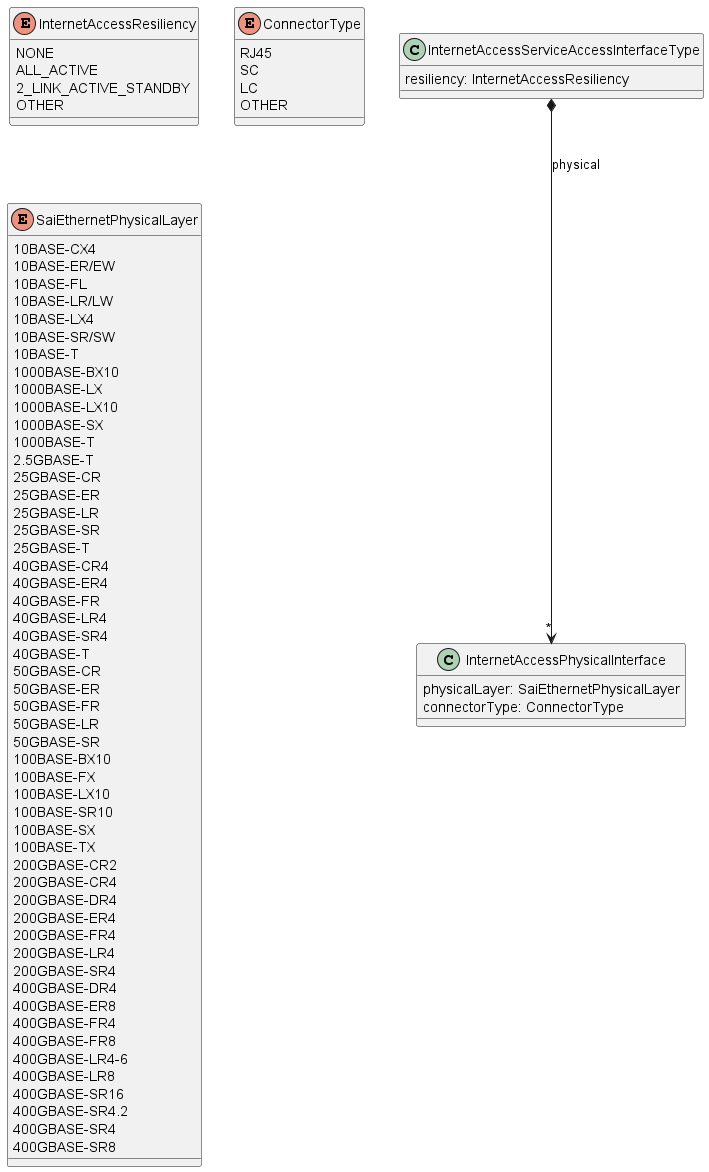
Above: documentation/productSchema/ip/internetAccess/MEF 139.1 resources/media/02SAI.png in MEF-GIT/MEF-LSO-Sonata-SDK (PlantUML), before the change.
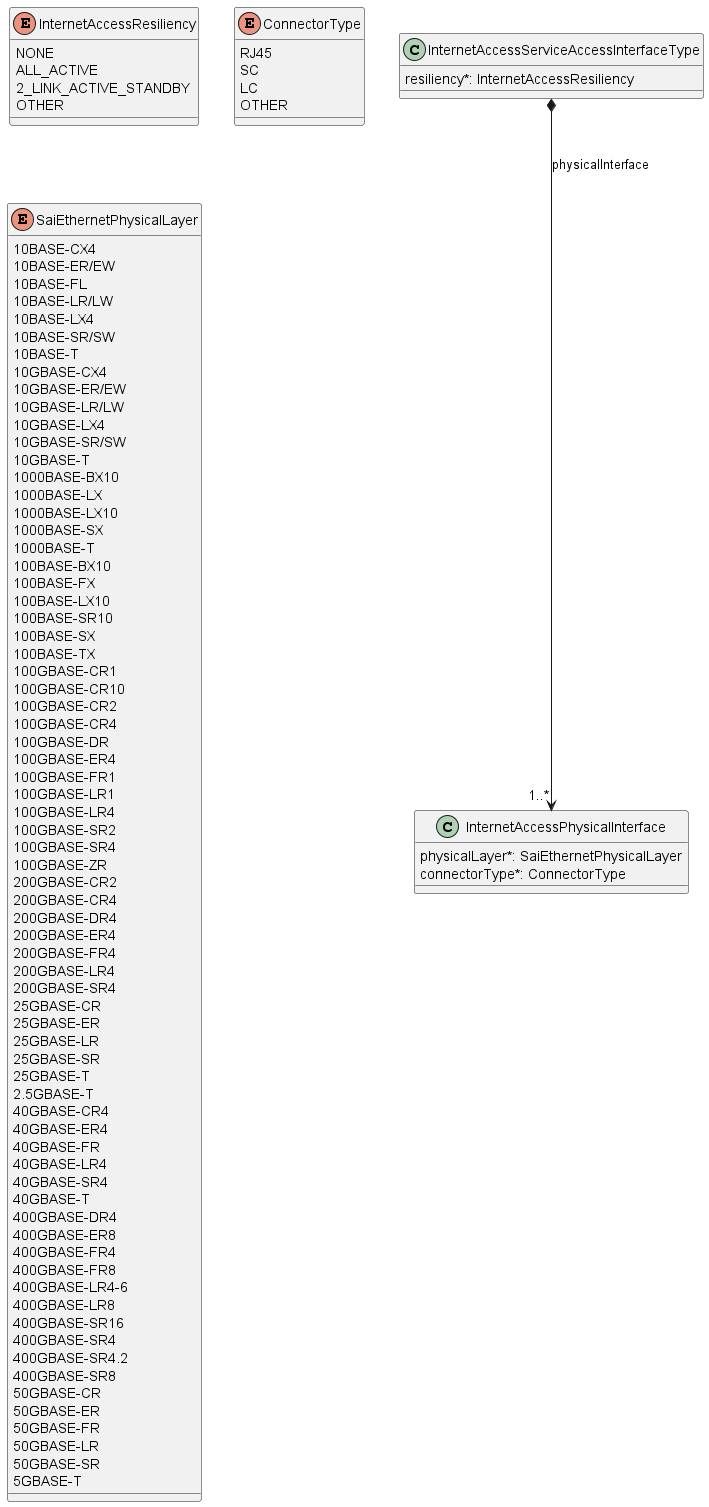
The same diagram one commit later.

What changed in the source:
```diff
@@ -2,15 +2,14 @@
 
 class InternetAccessServiceAccessInterfaceType {
 
-    resiliency: InternetAccessResiliency
+    resiliency*: InternetAccessResiliency
 }
-
-InternetAccessServiceAccessInterfaceType *-->"*" InternetAccessPhysicalInterface : physical
+InternetAccessServiceAccessInterfaceType *-->"1..*" InternetAccessPhysicalInterface : physicalInterface
 
 class InternetAccessPhysicalInterface {
 
-    physicalLayer: SaiEthernetPhysicalLayer
-    connectorType: ConnectorType
+    physicalLayer*: SaiEthernetPhysicalLayer
+    connectorType*: ConnectorType
 }
 
 
@@ -38,34 +37,35 @@
     10BASE-LX4
     10BASE-SR/SW
     10BASE-T
+    10GBASE-CX4
+    10GBASE-ER/EW
+    10GBASE-LR/LW
+    10GBASE-LX4
+    10GBASE-SR/SW
+    10GBASE-T
     1000BASE-BX10
     1000BASE-LX
     1000BASE-LX10
     1000BASE-SX
     1000BASE-T
-    2.5GBASE-T
-    25GBASE-CR
-    25GBASE-ER
-    25GBASE-LR
-    25GBASE-SR
-    25GBASE-T
-    40GBASE-CR4
-    40GBASE-ER4
-    40GBASE-FR
-    40GBASE-LR4
-    40GBASE-SR4
-    40GBASE-T
-    50GBASE-CR
-    50GBASE-ER
-    50GBASE-FR
-    50GBASE-LR
-    50GBASE-SR
     100BASE-BX10
     100BASE-FX
     100BASE-LX10
     100BASE-SR10
     100BASE-SX
     100BASE-TX
+    100GBASE-CR1
+    100GBASE-CR10
+    100GBASE-CR2
+    100GBASE-CR4
+    100GBASE-DR
+    100GBASE-ER4
+    100GBASE-FR1
+    100GBASE-LR1
+    100GBASE-LR4
+    100GBASE-SR2
+    100GBASE-SR4
+    100GBASE-ZR
     200GBASE-CR2
     200GBASE-CR4
     200GBASE-DR4
@@ -73,6 +73,18 @@
     200GBASE-FR4
     200GBASE-LR4
     200GBASE-SR4
+    25GBASE-CR
+    25GBASE-ER
+    25GBASE-LR
+    25GBASE-SR
+    25GBASE-T
+    2.5GBASE-T
+    40GBASE-CR4
+    40GBASE-ER4
+    40GBASE-FR
+    40GBASE-LR4
+    40GBASE-SR4
+    40GBASE-T
     400GBASE-DR4
     400GBASE-ER8
     400GBASE-FR4
@@ -80,8 +92,14 @@
     400GBASE-LR4-6
     400GBASE-LR8
     400GBASE-SR16
+    400GBASE-SR4
     400GBASE-SR4.2
-    400GBASE-SR4
     400GBASE-SR8
+    50GBASE-CR
+    50GBASE-ER
+    50GBASE-FR
+    50GBASE-LR
+    50GBASE-SR
+    5GBASE-T
 }
 @enduml
```
